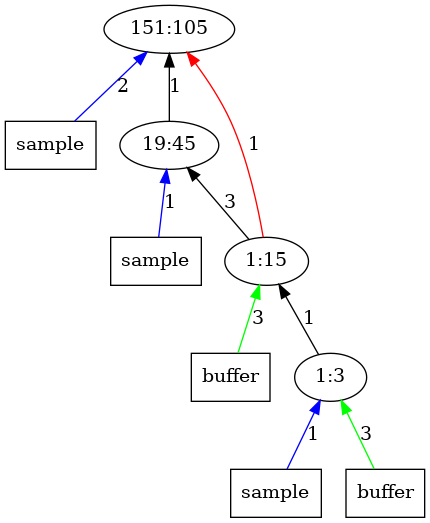
This is outputImages/op105.png.png from AbhikKhan/MTP_IITG, a Graphviz export, as it was before one commit. Its source is kept beside it as outputTrees/op105.dot. Source of this version:
```dot
digraph Tree{
	rankdir="BT"
	x11 -> 1 [label = "2", color = "blue"];
	x11 [label = "sample", shape = "box"];
	1 [label = "151:105"];
	2 -> 1 [label = "1", color = "black"];
	x21 -> 2 [label = "1", color = "blue"];
	x21 [label = "sample", shape = "box"];
	2 [label = "19:45"];
	3 -> 1 [label = "1", color = "red"];
	x32 -> 3 [label = "3", color = "green"];
	x32 [label = "buffer", shape = "box"];
	3 -> 2 [label = "3", color = "black"];
	3 [label = "1:15"];
	4 -> 3 [label = "1", color = "black"];
	x41 -> 4 [label = "1", color = "blue"];
	x41 [label = "sample", shape = "box"];
	x42 -> 4 [label = "3", color = "green"];
	x42 [label = "buffer", shape = "box"];
	4 [label = "1:3"];
}
```
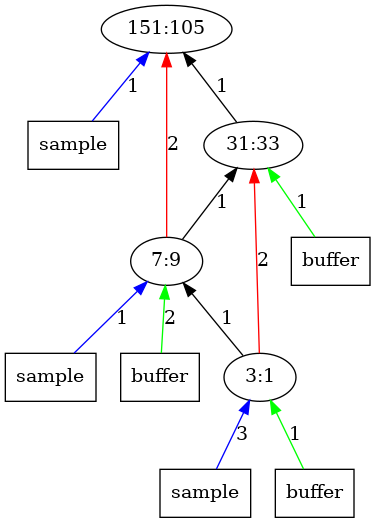
Above is the later version.

Change to the diagram source:
```diff
@@ -1,21 +1,24 @@
 digraph Tree{
 	rankdir="BT"
-	x11 -> 1 [label = "2", color = "blue"];
+	x11 -> 1 [label = "1", color = "blue"];
 	x11 [label = "sample", shape = "box"];
 	1 [label = "151:105"];
+	x22 -> 2 [label = "1", color = "green"];
+	x22 [label = "buffer", shape = "box"];
 	2 -> 1 [label = "1", color = "black"];
-	x21 -> 2 [label = "1", color = "blue"];
-	x21 [label = "sample", shape = "box"];
-	2 [label = "19:45"];
-	3 -> 1 [label = "1", color = "red"];
-	x32 -> 3 [label = "3", color = "green"];
+	2 [label = "31:33"];
+	x32 -> 3 [label = "2", color = "green"];
 	x32 [label = "buffer", shape = "box"];
-	3 -> 2 [label = "3", color = "black"];
-	3 [label = "1:15"];
+	3 -> 1 [label = "2", color = "red"];
+	3 -> 2 [label = "1", color = "black"];
+	x31 -> 3 [label = "1", color = "blue"];
+	x31 [label = "sample", shape = "box"];
+	3 [label = "7:9"];
 	4 -> 3 [label = "1", color = "black"];
-	x41 -> 4 [label = "1", color = "blue"];
+	4 -> 2 [label = "2", color = "red"];
+	x41 -> 4 [label = "3", color = "blue"];
 	x41 [label = "sample", shape = "box"];
-	x42 -> 4 [label = "3", color = "green"];
+	x42 -> 4 [label = "1", color = "green"];
 	x42 [label = "buffer", shape = "box"];
-	4 [label = "1:3"];
+	4 [label = "3:1"];
 }
```
